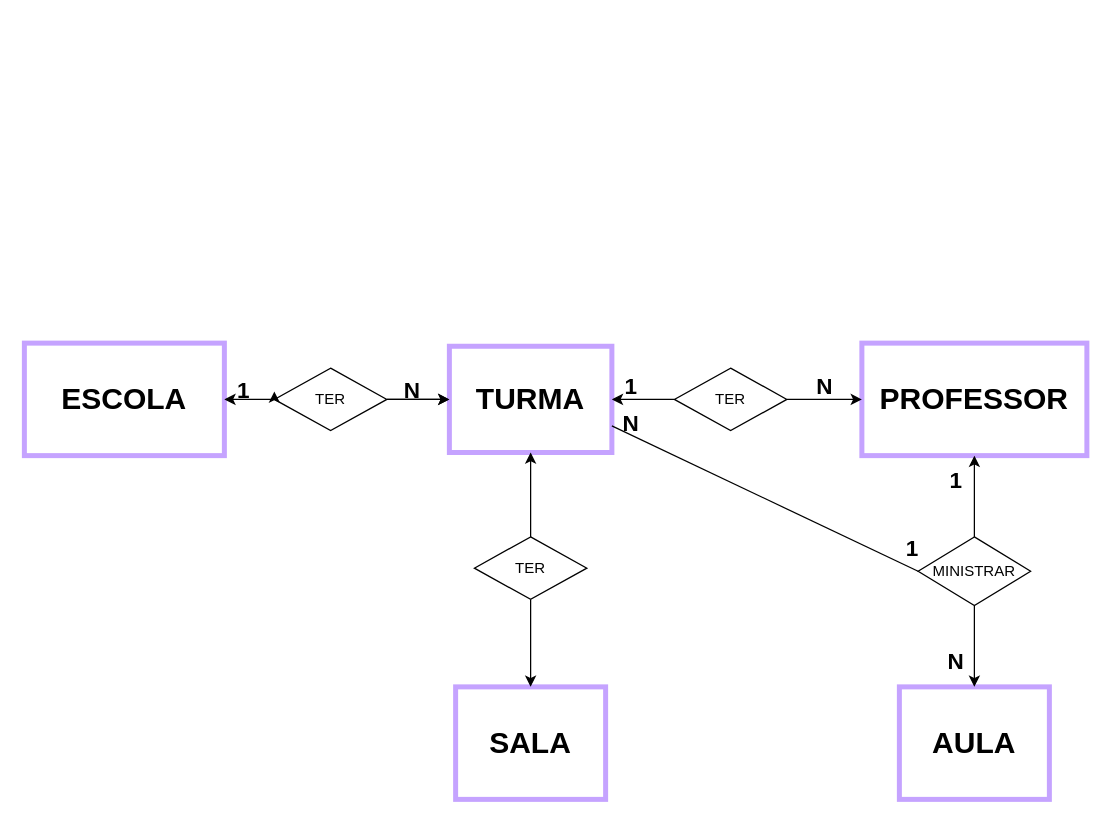
vitoria-ketily/Banco-De-Dados keeps this draw.io diagram as diagrama1.drawio. Above is the earlier version. Source tidied: cells renumbered, new cells numbered last; positions are measured from the earlier drawing's top-left corner, leaving out a move shared by most shapes. Both pictures are drawn from the tidied source at 125%, with x=0, y=0 at pixel (24, 342).
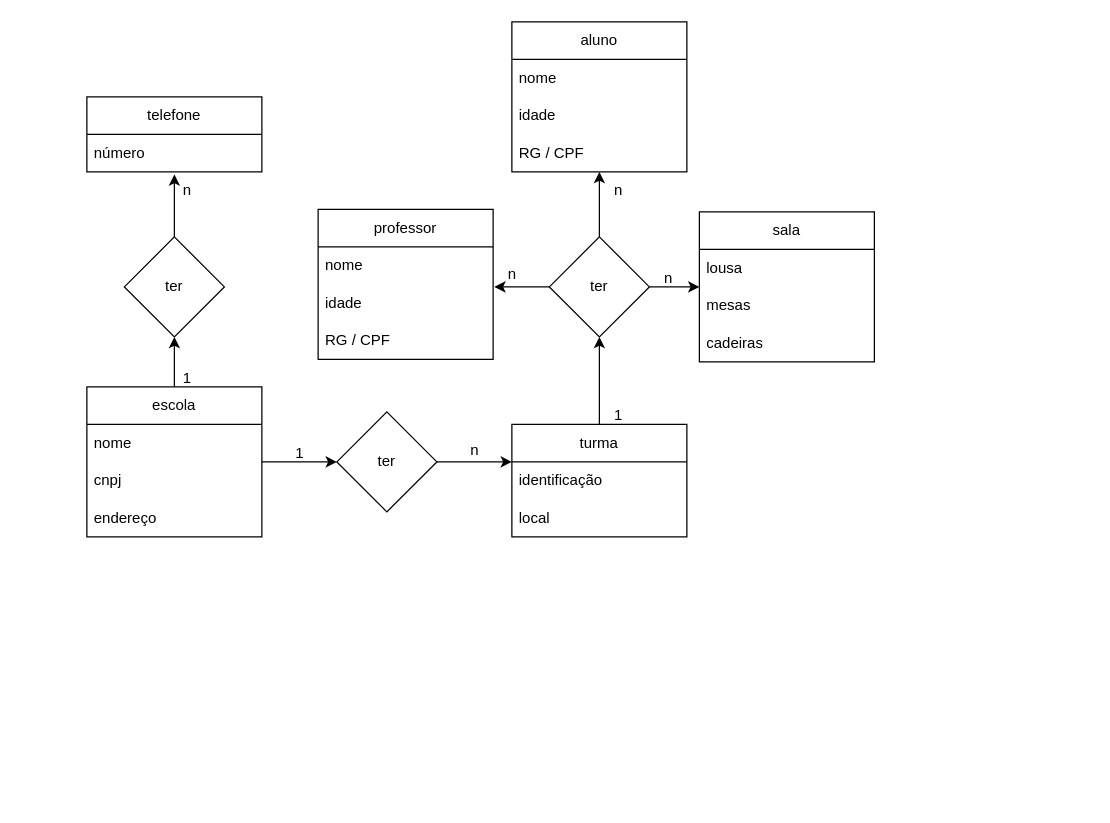
The same diagram, later.

Diff of the diagram source:
```diff
@@
-    <mxCell id="2" value="&lt;b&gt;&lt;font style=&quot;font-size: 24px;&quot;&gt;ESCOLA&lt;/font&gt;&lt;/b&gt;" style="rounded=0;whiteSpace=wrap;html=1;strokeColor=#C5A3FF;strokeWidth=4;" parent="1" vertex="1">
-      <mxGeometry width="160" height="90" as="geometry" />
-    </mxCell>
-    <mxCell id="3" value="&lt;font style=&quot;font-size: 24px;&quot;&gt;&lt;b&gt;SALA&lt;/b&gt;&lt;/font&gt;" style="rounded=0;whiteSpace=wrap;html=1;strokeColor=#C5A3FF;strokeWidth=4;" parent="1" vertex="1">
-      <mxGeometry x="345" y="275" width="120" height="90" as="geometry" />
-    </mxCell>
-    <mxCell id="4" value="&lt;font style=&quot;font-size: 24px;&quot;&gt;&lt;b&gt;TURMA&lt;/b&gt;&lt;/font&gt;" style="rounded=0;whiteSpace=wrap;html=1;strokeColor=#C5A3FF;strokeWidth=4;" parent="1" vertex="1">
-      <mxGeometry x="340" y="2.5" width="130" height="85" as="geometry" />
-    </mxCell>
-    <mxCell id="5" value="&lt;font style=&quot;font-size: 24px;&quot;&gt;&lt;b&gt;PROFESSOR&lt;/b&gt;&lt;/font&gt;" style="rounded=0;whiteSpace=wrap;html=1;strokeColor=#C5A3FF;strokeWidth=4;" parent="1" vertex="1">
-      <mxGeometry x="670" width="180" height="90" as="geometry" />
-    </mxCell>
-    <mxCell id="6" value="&lt;font style=&quot;font-size: 24px;&quot;&gt;&lt;b&gt;AULA&lt;/b&gt;&lt;/font&gt;" style="rounded=0;whiteSpace=wrap;html=1;strokeColor=#C5A3FF;strokeWidth=4;" parent="1" vertex="1">
-      <mxGeometry x="700" y="275" width="120" height="90" as="geometry" />
-    </mxCell>
-    <mxCell id="7" style="edgeStyle=orthogonalEdgeStyle;rounded=0;jettySize=auto;html=1;" parent="1" edge="1" source="10" target="4">
-      <mxGeometry relative="1" as="geometry" />
-    </mxCell>
-    <mxCell id="8" style="edgeStyle=orthogonalEdgeStyle;rounded=0;jettySize=auto;html=1;" parent="1" edge="1" source="10" target="4">
-      <mxGeometry relative="1" as="geometry" />
-    </mxCell>
-    <mxCell id="9" style="edgeStyle=orthogonalEdgeStyle;rounded=0;jettySize=auto;html=1;" parent="1" edge="1" source="10" target="2">
-      <mxGeometry relative="1" as="geometry" />
-    </mxCell>
-    <mxCell id="10" value="TER" style="rhombus;whiteSpace=wrap;html=1;" parent="1" vertex="1">
-      <mxGeometry x="200" y="20" width="90" height="50" as="geometry" />
-    </mxCell>
-    <mxCell id="11" style="edgeStyle=orthogonalEdgeStyle;rounded=0;jettySize=auto;html=1;" parent="1" edge="1" source="13" target="4">
-      <mxGeometry relative="1" as="geometry" />
-    </mxCell>
-    <mxCell id="12" style="edgeStyle=orthogonalEdgeStyle;rounded=0;jettySize=auto;html=1;" parent="1" edge="1" source="13" target="5">
-      <mxGeometry relative="1" as="geometry" />
-    </mxCell>
-    <mxCell id="13" value="TER" style="rhombus;whiteSpace=wrap;html=1;" parent="1" vertex="1">
-      <mxGeometry x="520" y="20" width="90" height="50" as="geometry" />
-    </mxCell>
-    <mxCell id="14" style="edgeStyle=orthogonalEdgeStyle;rounded=0;jettySize=auto;html=1;" parent="1" edge="1" source="16" target="5">
-      <mxGeometry relative="1" as="geometry" />
-    </mxCell>
-    <mxCell id="15" style="edgeStyle=orthogonalEdgeStyle;rounded=0;jettySize=auto;html=1;" parent="1" edge="1" source="16" target="6">
-      <mxGeometry relative="1" as="geometry" />
-    </mxCell>
-    <mxCell id="16" value="MINISTRAR" style="rhombus;whiteSpace=wrap;html=1;" parent="1" vertex="1">
-      <mxGeometry x="715" y="155" width="90" height="55" as="geometry" />
-    </mxCell>
-    <mxCell id="17" style="edgeStyle=orthogonalEdgeStyle;rounded=0;orthogonalLoop=1;jettySize=auto;html=1;exitX=0;exitY=0.5;exitDx=0;exitDy=0;entryX=0;entryY=0.375;entryDx=0;entryDy=0;entryPerimeter=0;" parent="1" edge="1" source="10" target="10">
-      <mxGeometry relative="1" as="geometry" />
-    </mxCell>
-    <mxCell id="18" value="&lt;font style=&quot;font-size: 18px;&quot;&gt;&lt;b&gt;N&lt;/b&gt;&lt;/font&gt;" style="text;html=1;align=center;verticalAlign=middle;strokeColor=none;fillColor=none;" parent="1" vertex="1">
-      <mxGeometry x="290" y="18" width="40" height="40" as="geometry" />
-    </mxCell>
-    <mxCell id="19" value="&lt;font style=&quot;font-size: 18px;&quot;&gt;&lt;b&gt;1&lt;/b&gt;&lt;/font&gt;" style="text;html=1;align=center;verticalAlign=middle;strokeColor=none;fillColor=none;" parent="1" vertex="1">
-      <mxGeometry x="160" y="18" width="30" height="40" as="geometry" />
-    </mxCell>
-    <mxCell id="20" value="&lt;font style=&quot;font-size: 18px;&quot;&gt;&lt;b&gt;1&lt;/b&gt;&lt;/font&gt;" style="text;html=1;align=center;verticalAlign=middle;strokeColor=none;fillColor=none;" parent="1" vertex="1">
-      <mxGeometry x="470" y="15" width="30" height="40" as="geometry" />
-    </mxCell>
-    <mxCell id="21" value="&lt;b&gt;&lt;font style=&quot;font-size: 18px;&quot;&gt;N&lt;/font&gt;&lt;/b&gt;" style="text;html=1;align=center;verticalAlign=middle;strokeColor=none;fillColor=none;" parent="1" vertex="1">
-      <mxGeometry x="620" y="15" width="40" height="40" as="geometry" />
-    </mxCell>
-    <mxCell id="22" value="&lt;font style=&quot;font-size: 18px;&quot;&gt;&lt;b&gt;N&lt;/b&gt;&lt;/font&gt;" style="text;html=1;align=center;verticalAlign=middle;strokeColor=none;fillColor=none;" parent="1" vertex="1">
-      <mxGeometry x="725" y="235" width="40" height="40" as="geometry" />
-    </mxCell>
-    <mxCell id="23" value="&lt;font style=&quot;font-size: 18px;&quot;&gt;&lt;b&gt;1&lt;/b&gt;&lt;/font&gt;" style="text;html=1;align=center;verticalAlign=middle;strokeColor=none;fillColor=none;" parent="1" vertex="1">
-      <mxGeometry x="730" y="90" width="30" height="40" as="geometry" />
-    </mxCell>
-    <mxCell id="24" style="edgeStyle=orthogonalEdgeStyle;rounded=0;jettySize=auto;html=1;" parent="1" edge="1" source="26" target="3">
-      <mxGeometry relative="1" as="geometry" />
-    </mxCell>
-    <mxCell id="25" style="edgeStyle=orthogonalEdgeStyle;rounded=0;jettySize=auto;html=1;" parent="1" edge="1" source="26" target="4">
-      <mxGeometry relative="1" as="geometry" />
-    </mxCell>
-    <mxCell id="26" value="TER" style="rhombus;whiteSpace=wrap;html=1;" parent="1" vertex="1">
-      <mxGeometry x="360" y="155" width="90" height="50" as="geometry" />
-    </mxCell>
-    <mxCell id="27" value="&lt;font style=&quot;font-size: 18px;&quot;&gt;&lt;b&gt;1&lt;/b&gt;&lt;/font&gt;" style="text;html=1;align=center;verticalAlign=middle;strokeColor=none;fillColor=none;" parent="1" vertex="1">
-      <mxGeometry x="695" y="145" width="30" height="40" as="geometry" />
-    </mxCell>
-    <mxCell id="28" value="&lt;font style=&quot;font-size: 18px;&quot;&gt;&lt;b&gt;N&lt;/b&gt;&lt;/font&gt;" style="text;html=1;align=center;verticalAlign=middle;strokeColor=none;fillColor=none;" parent="1" vertex="1">
-      <mxGeometry x="465" y="45" width="40" height="40" as="geometry" />
-    </mxCell>
-    <mxCell id="29" style="endArrow=none;html=1;rounded=0;exitX=1;exitY=0.75;exitDx=0;exitDy=0;entryX=0;entryY=0.5;entryDx=0;entryDy=0;" parent="1" edge="1" source="4" target="16">
-      <mxGeometry relative="1" as="geometry" />
-    </mxCell>
+    <mxCell id="30" style="edgeStyle=orthogonalEdgeStyle;rounded=0;jettySize=auto;html=1;" parent="1" edge="1" source="32" target="37">
+      <mxGeometry relative="1" as="geometry" />
+    </mxCell>
+    <mxCell id="31" style="edgeStyle=orthogonalEdgeStyle;rounded=0;jettySize=auto;html=1;" parent="1" edge="1" source="32">
+      <mxGeometry relative="1" as="geometry">
+        <mxPoint x="120" y="-5" as="targetPoint" />
+        <Array as="points">
+          <mxPoint x="120" y="-5" />
+          <mxPoint x="121" y="-5" />
+        </Array>
+      </mxGeometry>
+    </mxCell>
+    <mxCell id="32" value="escola" style="swimlane;fontStyle=0;horizontal=1;startSize=30;whiteSpace=wrap;html=1;" parent="1" vertex="1">
+      <mxGeometry x="50" y="35" width="140" height="120" as="geometry" />
+    </mxCell>
+    <mxCell id="33" value="nome" style="text;strokeColor=none;fillColor=none;align=left;verticalAlign=middle;spacingLeft=4;spacingRight=4;overflow=hidden;whiteSpace=wrap;html=1;" parent="32" vertex="1">
+      <mxGeometry y="30" width="140" height="30" as="geometry" />
+    </mxCell>
+    <mxCell id="34" value="cnpj" style="text;strokeColor=none;fillColor=none;align=left;verticalAlign=middle;spacingLeft=4;spacingRight=4;overflow=hidden;whiteSpace=wrap;html=1;" parent="32" vertex="1">
+      <mxGeometry y="60" width="140" height="30" as="geometry" />
+    </mxCell>
+    <mxCell id="35" value="endereço" style="text;strokeColor=none;fillColor=none;align=left;verticalAlign=middle;spacingLeft=4;spacingRight=4;overflow=hidden;whiteSpace=wrap;html=1;" parent="32" vertex="1">
+      <mxGeometry y="90" width="140" height="30" as="geometry" />
+    </mxCell>
+    <mxCell id="36" style="edgeStyle=orthogonalEdgeStyle;rounded=0;jettySize=auto;html=1;" parent="1" edge="1" source="37">
+      <mxGeometry relative="1" as="geometry">
+        <mxPoint x="390" y="95" as="targetPoint" />
+      </mxGeometry>
+    </mxCell>
+    <mxCell id="37" value="ter" style="rhombus;whiteSpace=wrap;html=1;fontStyle=0;startSize=30;" parent="1" vertex="1">
+      <mxGeometry x="250" y="55" width="80" height="80" as="geometry" />
+    </mxCell>
+    <mxCell id="38" value="1" style="text;html=1;align=center;verticalAlign=middle;strokeColor=none;fillColor=none;" parent="1" vertex="1">
+      <mxGeometry x="205" y="73" width="30" height="30" as="geometry" />
+    </mxCell>
+    <mxCell id="39" value="&lt;div&gt;&lt;br&gt;&lt;/div&gt;&lt;div&gt;n&lt;/div&gt;" style="text;html=1;align=center;verticalAlign=middle;strokeColor=none;fillColor=none;" parent="1" vertex="1">
+      <mxGeometry x="345" y="58" width="30" height="40" as="geometry" />
+    </mxCell>
+    <mxCell id="40" style="edgeStyle=orthogonalEdgeStyle;rounded=0;jettySize=auto;html=1;" parent="1" edge="1" source="41">
+      <mxGeometry relative="1" as="geometry">
+        <mxPoint x="120" y="-135" as="targetPoint" />
+      </mxGeometry>
+    </mxCell>
+    <mxCell id="41" value="ter" style="rhombus;whiteSpace=wrap;html=1;" parent="1" vertex="1">
+      <mxGeometry x="80" y="-85" width="80" height="80" as="geometry" />
+    </mxCell>
+    <mxCell id="42" style="edgeStyle=orthogonalEdgeStyle;rounded=0;jettySize=auto;html=1;exitX=0.5;exitY=0;exitDx=0;exitDy=0;" parent="1" edge="1" source="66" target="45">
+      <mxGeometry relative="1" as="geometry" />
+    </mxCell>
+    <mxCell id="43" style="edgeStyle=orthogonalEdgeStyle;rounded=0;jettySize=auto;html=1;entryX=1.007;entryY=0.067;entryDx=0;entryDy=0;entryPerimeter=0;" parent="1" edge="1" source="45" target="62">
+      <mxGeometry relative="1" as="geometry" />
+    </mxCell>
+    <mxCell id="44" style="edgeStyle=orthogonalEdgeStyle;rounded=0;jettySize=auto;html=1;" parent="1" edge="1" source="45">
+      <mxGeometry relative="1" as="geometry">
+        <mxPoint x="540" y="-45" as="targetPoint" />
+      </mxGeometry>
+    </mxCell>
+    <mxCell id="45" value="ter" style="rhombus;whiteSpace=wrap;html=1;rounded=0;" parent="1" vertex="1">
+      <mxGeometry x="420" y="-85" width="80" height="80" as="geometry" />
+    </mxCell>
+    <mxCell id="46" value="&lt;div&gt;&lt;br&gt;&lt;/div&gt;&lt;div&gt;n&lt;/div&gt;" style="text;html=1;align=center;verticalAlign=middle;strokeColor=none;fillColor=none;" parent="1" vertex="1">
+      <mxGeometry x="500" y="-80" width="30" height="40" as="geometry" />
+    </mxCell>
+    <mxCell id="47" value="n" style="text;html=1;align=center;verticalAlign=middle;strokeColor=none;fillColor=none;" parent="1" vertex="1">
+      <mxGeometry x="375" y="-70" width="30" height="30" as="geometry" />
+    </mxCell>
+    <mxCell id="48" value="1" style="text;html=1;align=center;verticalAlign=middle;strokeColor=none;fillColor=none;" parent="1" vertex="1">
+      <mxGeometry x="460" y="43" width="30" height="30" as="geometry" />
+    </mxCell>
+    <mxCell id="49" value="n" style="text;html=1;align=center;verticalAlign=middle;strokeColor=none;fillColor=none;" parent="1" vertex="1">
+      <mxGeometry x="460" y="-137" width="30" height="30" as="geometry" />
+    </mxCell>
+    <mxCell id="50" value="1" style="text;html=1;align=center;verticalAlign=middle;strokeColor=none;fillColor=none;" parent="1" vertex="1">
+      <mxGeometry x="115" y="13" width="30" height="30" as="geometry" />
+    </mxCell>
+    <mxCell id="51" value="n" style="text;html=1;align=center;verticalAlign=middle;strokeColor=none;fillColor=none;" parent="1" vertex="1">
+      <mxGeometry x="115" y="-137" width="30" height="30" as="geometry" />
+    </mxCell>
+    <mxCell id="52" value="aluno" style="swimlane;fontStyle=0;horizontal=1;startSize=30;whiteSpace=wrap;html=1;" parent="1" vertex="1">
+      <mxGeometry x="390" y="-257" width="140" height="120" as="geometry" />
+    </mxCell>
+    <mxCell id="53" value="nome" style="text;strokeColor=none;fillColor=none;align=left;verticalAlign=middle;spacingLeft=4;spacingRight=4;overflow=hidden;whiteSpace=wrap;html=1;" parent="52" vertex="1">
+      <mxGeometry y="30" width="140" height="30" as="geometry" />
+    </mxCell>
+    <mxCell id="54" value="idade" style="text;strokeColor=none;fillColor=none;align=left;verticalAlign=middle;spacingLeft=4;spacingRight=4;overflow=hidden;whiteSpace=wrap;html=1;" parent="52" vertex="1">
+      <mxGeometry y="60" width="140" height="30" as="geometry" />
+    </mxCell>
+    <mxCell id="55" value="RG / CPF" style="text;strokeColor=none;fillColor=none;align=left;verticalAlign=middle;spacingLeft=4;spacingRight=4;overflow=hidden;points=[[0,0.5],[1,0.5]];portConstraint=eastwest;whiteSpace=wrap;html=1;" parent="52" vertex="1">
+      <mxGeometry y="90" width="140" height="30" as="geometry" />
+    </mxCell>
+    <mxCell id="56" value="sala" style="swimlane;fontStyle=0;horizontal=1;startSize=30;whiteSpace=wrap;html=1;" parent="1" vertex="1">
+      <mxGeometry x="540" y="-105" width="140" height="120" as="geometry" />
+    </mxCell>
+    <mxCell id="57" value="lousa" style="text;strokeColor=none;fillColor=none;align=left;verticalAlign=middle;spacingLeft=4;spacingRight=4;overflow=hidden;whiteSpace=wrap;html=1;" parent="56" vertex="1">
+      <mxGeometry y="30" width="140" height="30" as="geometry" />
+    </mxCell>
+    <mxCell id="58" value="mesas" style="text;strokeColor=none;fillColor=none;align=left;verticalAlign=middle;spacingLeft=4;spacingRight=4;overflow=hidden;whiteSpace=wrap;html=1;" parent="56" vertex="1">
+      <mxGeometry y="60" width="140" height="30" as="geometry" />
+    </mxCell>
+    <mxCell id="59" value="cadeiras" style="text;strokeColor=none;fillColor=none;align=left;verticalAlign=middle;spacingLeft=4;spacingRight=4;overflow=hidden;whiteSpace=wrap;html=1;" parent="56" vertex="1">
+      <mxGeometry y="90" width="140" height="30" as="geometry" />
+    </mxCell>
+    <mxCell id="60" value="professor" style="swimlane;fontStyle=0;horizontal=1;startSize=30;whiteSpace=wrap;html=1;" parent="1" vertex="1">
+      <mxGeometry x="235" y="-107" width="140" height="120" as="geometry" />
+    </mxCell>
+    <mxCell id="61" value="nome" style="text;strokeColor=none;fillColor=none;align=left;verticalAlign=middle;spacingLeft=4;spacingRight=4;overflow=hidden;whiteSpace=wrap;html=1;" parent="60" vertex="1">
+      <mxGeometry y="30" width="140" height="30" as="geometry" />
+    </mxCell>
+    <mxCell id="62" value="idade" style="text;strokeColor=none;fillColor=none;align=left;verticalAlign=middle;spacingLeft=4;spacingRight=4;overflow=hidden;points=[[0,0.5],[1,0.5]];portConstraint=eastwest;whiteSpace=wrap;html=1;" parent="60" vertex="1">
+      <mxGeometry y="60" width="140" height="30" as="geometry" />
+    </mxCell>
+    <mxCell id="63" value="RG / CPF" style="text;strokeColor=none;fillColor=none;align=left;verticalAlign=middle;spacingLeft=4;spacingRight=4;overflow=hidden;whiteSpace=wrap;html=1;" parent="60" vertex="1">
+      <mxGeometry y="90" width="140" height="30" as="geometry" />
+    </mxCell>
+    <mxCell id="64" value="telefone" style="swimlane;fontStyle=0;horizontal=1;startSize=30;whiteSpace=wrap;html=1;" parent="1" vertex="1">
+      <mxGeometry x="50" y="-197" width="140" height="60" as="geometry" />
+    </mxCell>
+    <mxCell id="65" value="número" style="text;strokeColor=none;fillColor=none;align=left;verticalAlign=middle;spacingLeft=4;spacingRight=4;overflow=hidden;whiteSpace=wrap;html=1;" parent="64" vertex="1">
+      <mxGeometry y="30" width="140" height="30" as="geometry" />
+    </mxCell>
+    <mxCell id="66" value="turma" style="swimlane;fontStyle=0;horizontal=1;startSize=30;whiteSpace=wrap;html=1;" parent="1" vertex="1">
+      <mxGeometry x="390" y="65" width="140" height="90" as="geometry" />
+    </mxCell>
+    <mxCell id="67" value="identificação" style="text;strokeColor=none;fillColor=none;align=left;verticalAlign=middle;spacingLeft=4;spacingRight=4;overflow=hidden;whiteSpace=wrap;html=1;" parent="66" vertex="1">
+      <mxGeometry y="30" width="140" height="30" as="geometry" />
+    </mxCell>
+    <mxCell id="68" value="local" style="text;strokeColor=none;fillColor=none;align=left;verticalAlign=middle;spacingLeft=4;spacingRight=4;overflow=hidden;whiteSpace=wrap;html=1;" parent="66" vertex="1">
+      <mxGeometry y="60" width="140" height="30" as="geometry" />
+    </mxCell>
+    <mxCell id="69" style="endArrow=classic;html=1;rounded=0;exitX=0.5;exitY=0;exitDx=0;exitDy=0;" parent="1" edge="1" source="45" target="55">
+      <mxGeometry relative="1" as="geometry">
+        <Array as="points">
+          <mxPoint x="460" y="-105" />
+        </Array>
+      </mxGeometry>
+    </mxCell>
```
